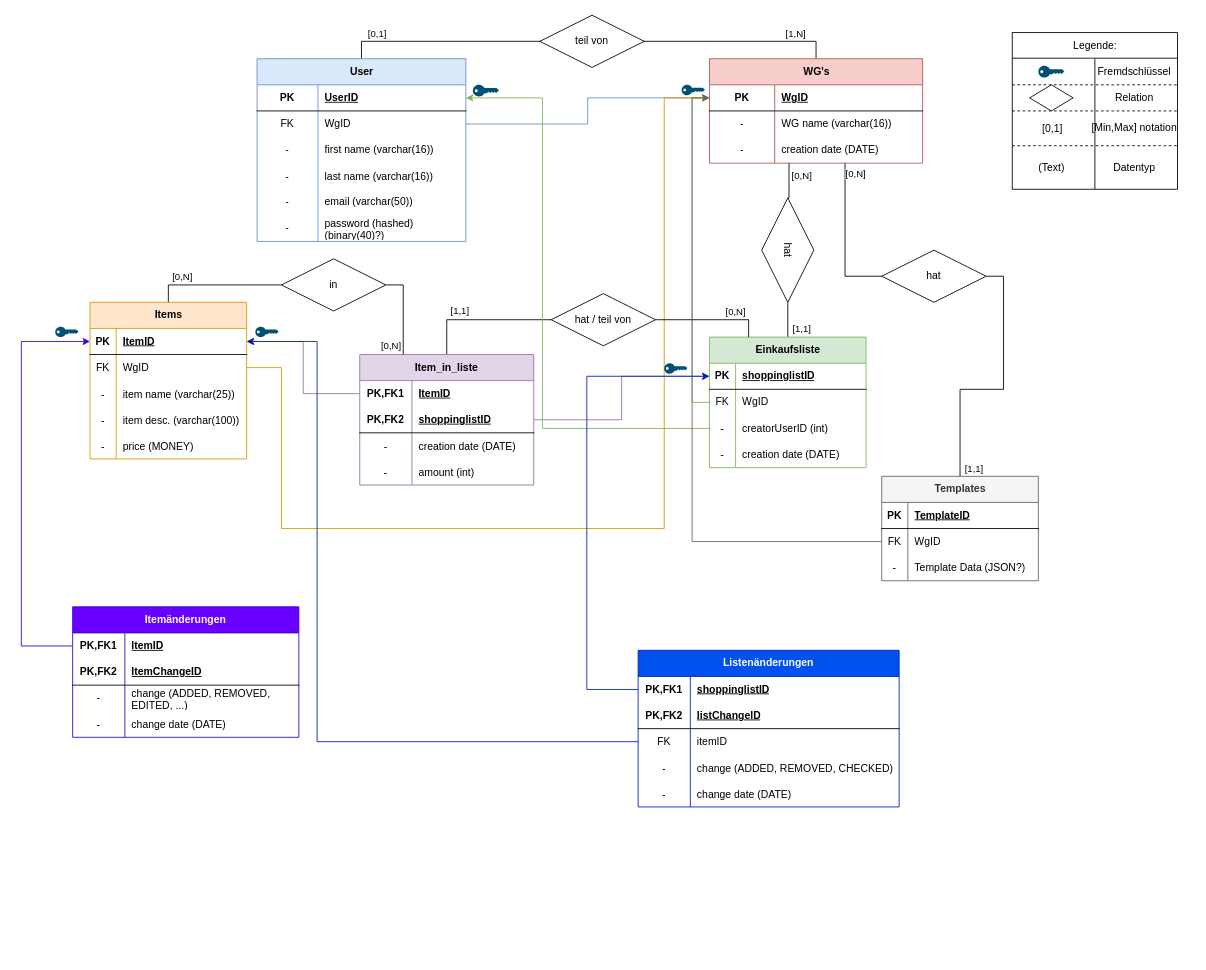
The draw.io diagram docs/models/database/ShareShop.drawio in MasterOfDevilLP/ShareShop, before the edit. Source tidied: cells renumbered, new cells numbered last; positions are measured from the earlier drawing's top-left corner, leaving out a move shared by most shapes. Both pictures are drawn from the tidied source at 87%, with x=0, y=0 at pixel (21, 15).
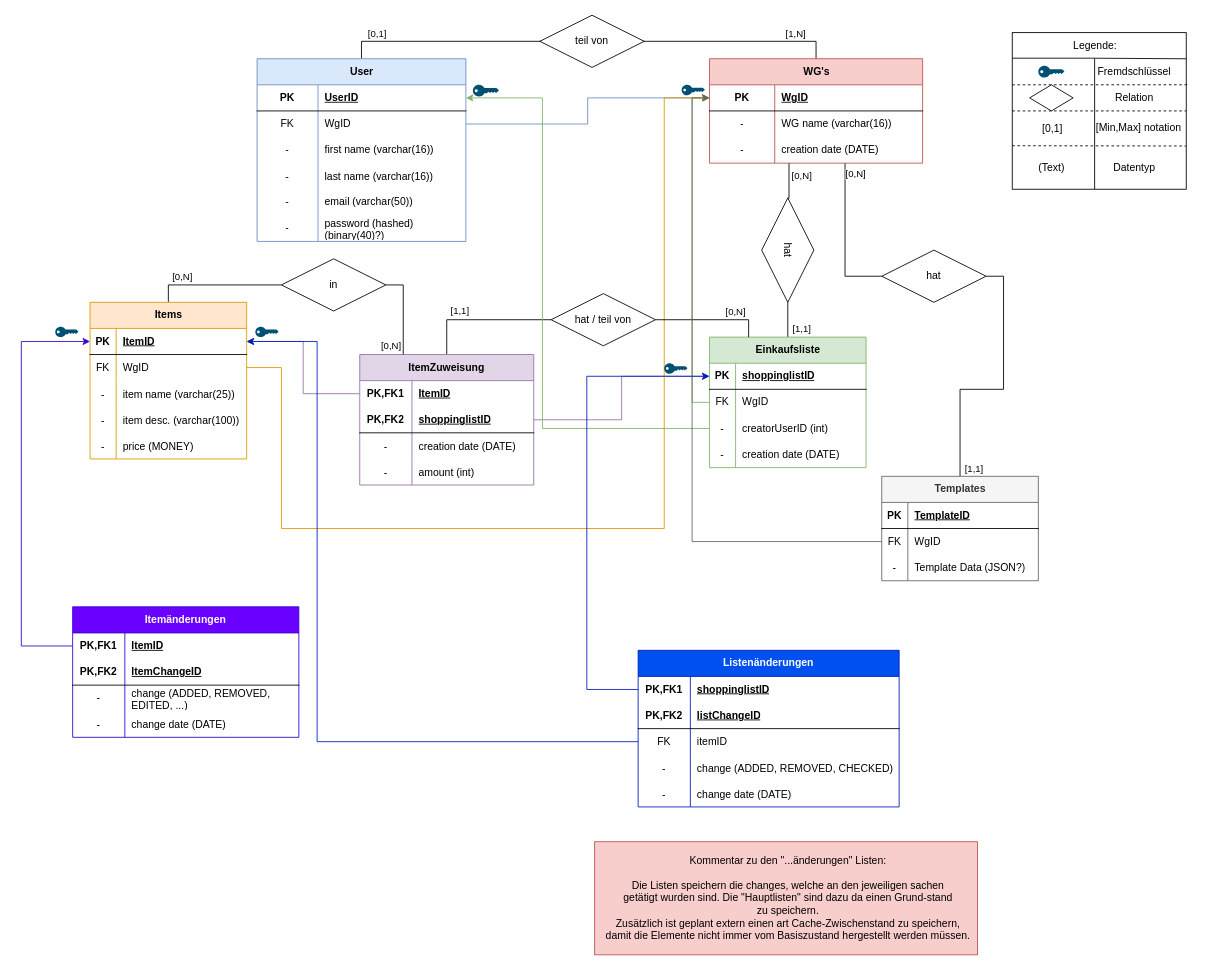
Above is the later version.

Commit message:
Namensänderung und Kommentar (#9)

The edit, as a diff of the source:
```diff
@@
     <mxCell id="2" style="whiteSpace=wrap;html=1;fontSize=12;" parent="1" vertex="1">
-      <mxGeometry x="1139" y="20" width="190" height="180" as="geometry" />
+      <mxGeometry x="1139" y="20" width="200" height="180" as="geometry" />
     </mxCell>
@@
-    <mxCell id="74" value="Item_in_liste" style="shape=table;startSize=30;childLayout=tableLayout;rowLines=0;fontStyle=1;align=center;html=1;whiteSpace=wrap;fillColor=#e1d5e7;strokeColor=#9673a6;" parent="1" vertex="1">
+    <mxCell id="74" value="ItemZuweisung" style="shape=table;startSize=30;childLayout=tableLayout;rowLines=0;fontStyle=1;align=center;html=1;whiteSpace=wrap;fillColor=#e1d5e7;strokeColor=#9673a6;" parent="1" vertex="1">
       <mxGeometry x="389" y="390" width="200" height="150" as="geometry" />
     </mxCell>
@@
-    <mxCell id="101" style="endArrow=none;html=1;rounded=0;exitX=0;exitY=0.25;exitDx=0;exitDy=0;entryX=1;entryY=0.25;entryDx=0;entryDy=0;fontSize=12;" parent="1" edge="1">
+    <mxCell id="101" style="endArrow=none;html=1;rounded=0;exitX=0;exitY=0.25;exitDx=0;exitDy=0;entryX=1;entryY=0.167;entryDx=0;entryDy=0;fontSize=12;entryPerimeter=0;" parent="1" edge="1" target="2">
       <mxGeometry relative="1" as="geometry">
         <mxPoint x="1139" y="49.4" as="sourcePoint" />
-        <mxPoint x="1329" y="49.4" as="targetPoint" />
         <Array as="points">
           <mxPoint x="1229" y="49.4" />
         </Array>
       </mxGeometry>
     </mxCell>
-    <mxCell id="102" style="endArrow=none;html=1;rounded=0;exitX=0.5;exitY=1;exitDx=0;exitDy=0;fontSize=12;" parent="1" edge="1" source="2">
+    <mxCell id="102" style="endArrow=none;html=1;rounded=0;exitX=0.5;exitY=1;exitDx=0;exitDy=0;fontSize=12;" parent="1" edge="1">
       <mxGeometry relative="1" as="geometry">
-        <mxPoint x="1234" y="50" as="targetPoint" />
+        <mxPoint x="1233.7" y="200" as="sourcePoint" />
+        <mxPoint x="1233.7" y="50" as="targetPoint" />
       </mxGeometry>
     </mxCell>
-    <mxCell id="103" style="endArrow=none;dashed=1;html=1;rounded=0;exitX=0;exitY=0.5;exitDx=0;exitDy=0;entryX=1;entryY=0.5;entryDx=0;entryDy=0;fontSize=12;" parent="1" edge="1">
+    <mxCell id="103" style="endArrow=none;dashed=1;html=1;rounded=0;exitX=0;exitY=0.5;exitDx=0;exitDy=0;entryX=1.005;entryY=0.333;entryDx=0;entryDy=0;fontSize=12;entryPerimeter=0;" parent="1" edge="1" target="2">
       <mxGeometry relative="1" as="geometry">
         <mxPoint x="1139" y="80" as="sourcePoint" />
-        <mxPoint x="1329" y="80" as="targetPoint" />
       </mxGeometry>
     </mxCell>
@@
-    <mxCell id="107" style="endArrow=none;dashed=1;html=1;rounded=0;exitX=0;exitY=0.5;exitDx=0;exitDy=0;entryX=1;entryY=0.5;entryDx=0;entryDy=0;fontSize=12;" parent="1" edge="1">
+    <mxCell id="107" style="endArrow=none;dashed=1;html=1;rounded=0;exitX=0;exitY=0.5;exitDx=0;exitDy=0;fontSize=12;entryX=1;entryY=0.5;entryDx=0;entryDy=0;" parent="1" edge="1" target="2">
       <mxGeometry relative="1" as="geometry">
         <mxPoint x="1139" y="110" as="sourcePoint" />
-        <mxPoint x="1329" y="110" as="targetPoint" />
       </mxGeometry>
     </mxCell>
@@
     <mxCell id="109" value="&lt;span&gt;[Min,Max] notation&lt;/span&gt;" style="text;html=1;align=center;verticalAlign=middle;strokeColor=none;fillColor=none;fontSize=12;" parent="1" vertex="1">
-      <mxGeometry x="1219" y="115" width="120" height="30" as="geometry" />
+      <mxGeometry x="1224" y="115" width="120" height="30" as="geometry" />
     </mxCell>
-    <mxCell id="110" style="endArrow=none;dashed=1;html=1;rounded=0;exitX=0;exitY=0.5;exitDx=0;exitDy=0;entryX=1;entryY=0.5;entryDx=0;entryDy=0;fontSize=12;" parent="1" edge="1">
+    <mxCell id="110" style="endArrow=none;dashed=1;html=1;rounded=0;exitX=0;exitY=0.5;exitDx=0;exitDy=0;fontSize=12;entryX=0.999;entryY=0.724;entryDx=0;entryDy=0;entryPerimeter=0;" parent="1" edge="1" target="2">
       <mxGeometry relative="1" as="geometry">
         <mxPoint x="1139" y="150" as="sourcePoint" />
-        <mxPoint x="1329" y="150" as="targetPoint" />
       </mxGeometry>
     </mxCell>
@@
+    <mxCell id="166" style="whiteSpace=wrap;html=1;fillColor=#f8cecc;strokeColor=#b85450;" parent="1" vertex="1">
+      <mxGeometry x="659" y="950" width="440" height="130" as="geometry" />
+    </mxCell>
+    <mxCell id="167" value="Kommentar zu den &quot;...änderungen&quot; Listen:&lt;div&gt;&lt;br&gt;&lt;/div&gt;&lt;div&gt;Die Listen speichern die changes, welche an den jeweiligen sachen&lt;/div&gt;&lt;div&gt;getätigt wurden sind. Die &quot;Hauptlisten&quot; sind dazu da einen Grund-stand&lt;/div&gt;&lt;div&gt;zu speichern.&lt;/div&gt;&lt;div&gt;Zusätzlich ist geplant extern einen art Cache-Zwischenstand zu speichern,&lt;/div&gt;&lt;div&gt;damit die Elemente nicht immer vom Basiszustand hergestellt werden müssen.&lt;/div&gt;" style="text;html=1;align=center;verticalAlign=middle;strokeColor=none;fillColor=none;" parent="1" vertex="1">
+      <mxGeometry x="661" y="960" width="440" height="110" as="geometry" />
+    </mxCell>
```
